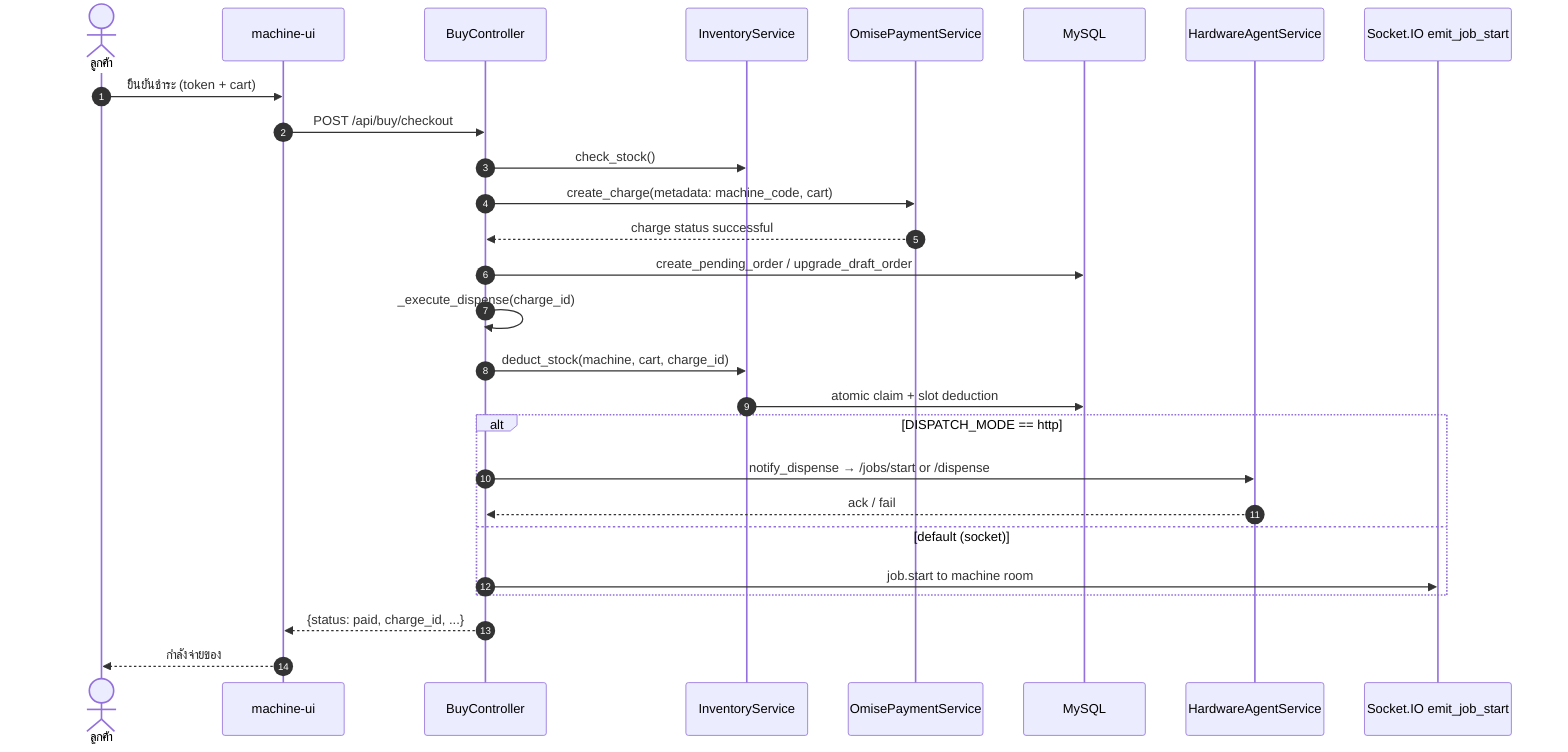
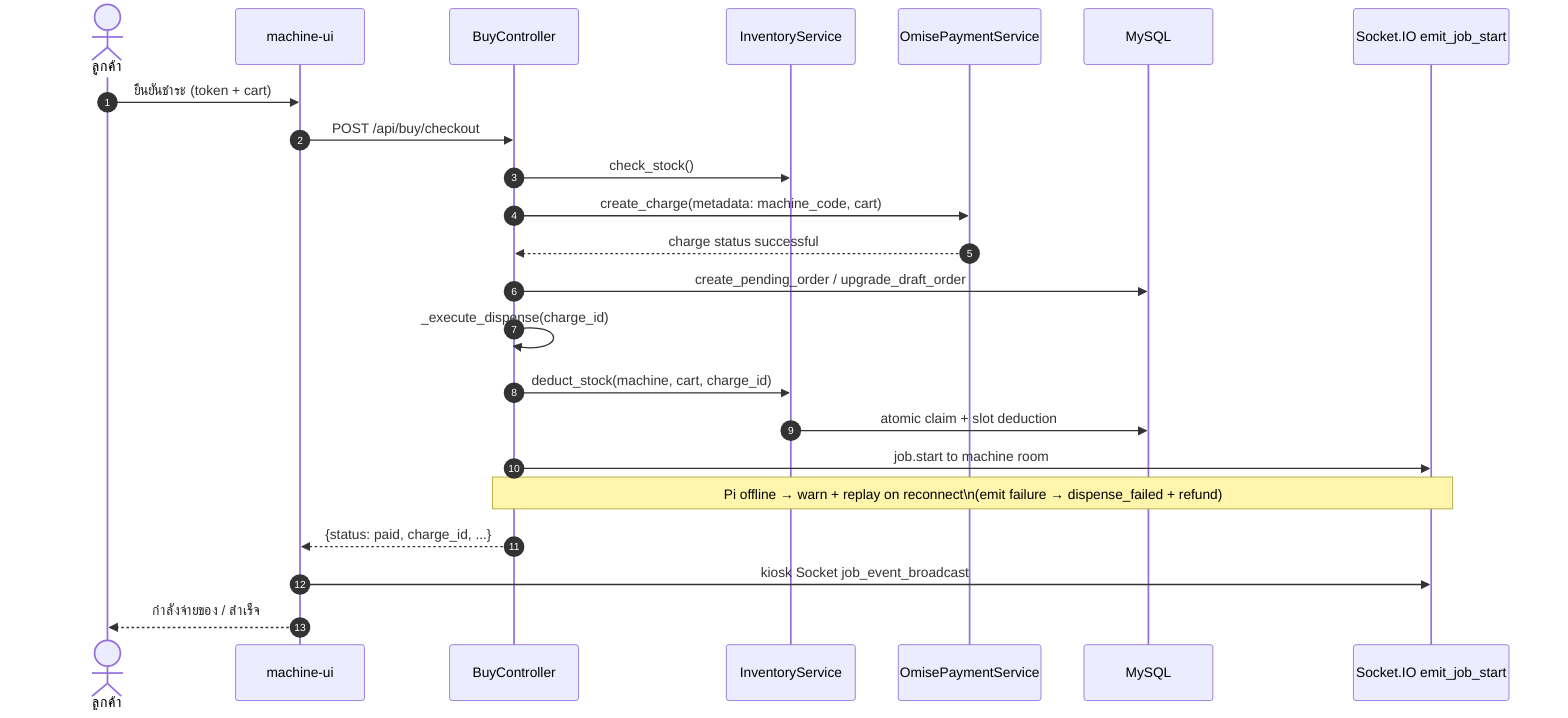
sequenceDiagram
    autonumber
    actor User as ลูกค้า
    participant UI as machine-ui
    participant BC as BuyController
    participant Inv as InventoryService
    participant Om as OmisePaymentService
    participant DB as MySQL
-     participant HW as HardwareAgentService
    participant SIO as Socket.IO emit_job_start

    User->>UI: ยืนยันชำระ (token + cart)
    UI->>BC: POST /api/buy/checkout
    BC->>Inv: check_stock()
    BC->>Om: create_charge(metadata: machine_code, cart)
    Om-->>BC: charge status successful
    BC->>DB: create_pending_order / upgrade_draft_order
    BC->>BC: _execute_dispense(charge_id)
    BC->>Inv: deduct_stock(machine, cart, charge_id)
    Inv->>DB: atomic claim + slot deduction
-     alt DISPATCH_MODE == http
-         BC->>HW: notify_dispense → /jobs/start or /dispense
-         HW-->>BC: ack / fail
-     else default (socket)
-         BC->>SIO: job.start to machine room
-     end
+     BC->>SIO: job.start to machine room
+     Note over BC,SIO: Pi offline → warn + replay on reconnect\n(emit failure → dispense_failed + refund)
    BC-->>UI: {status: paid, charge_id, ...}
-     UI-->>User: กำลังจ่ายของ
+     UI->>SIO: kiosk Socket job_event_broadcast
+     UI-->>User: กำลังจ่ายของ / สำเร็จ
